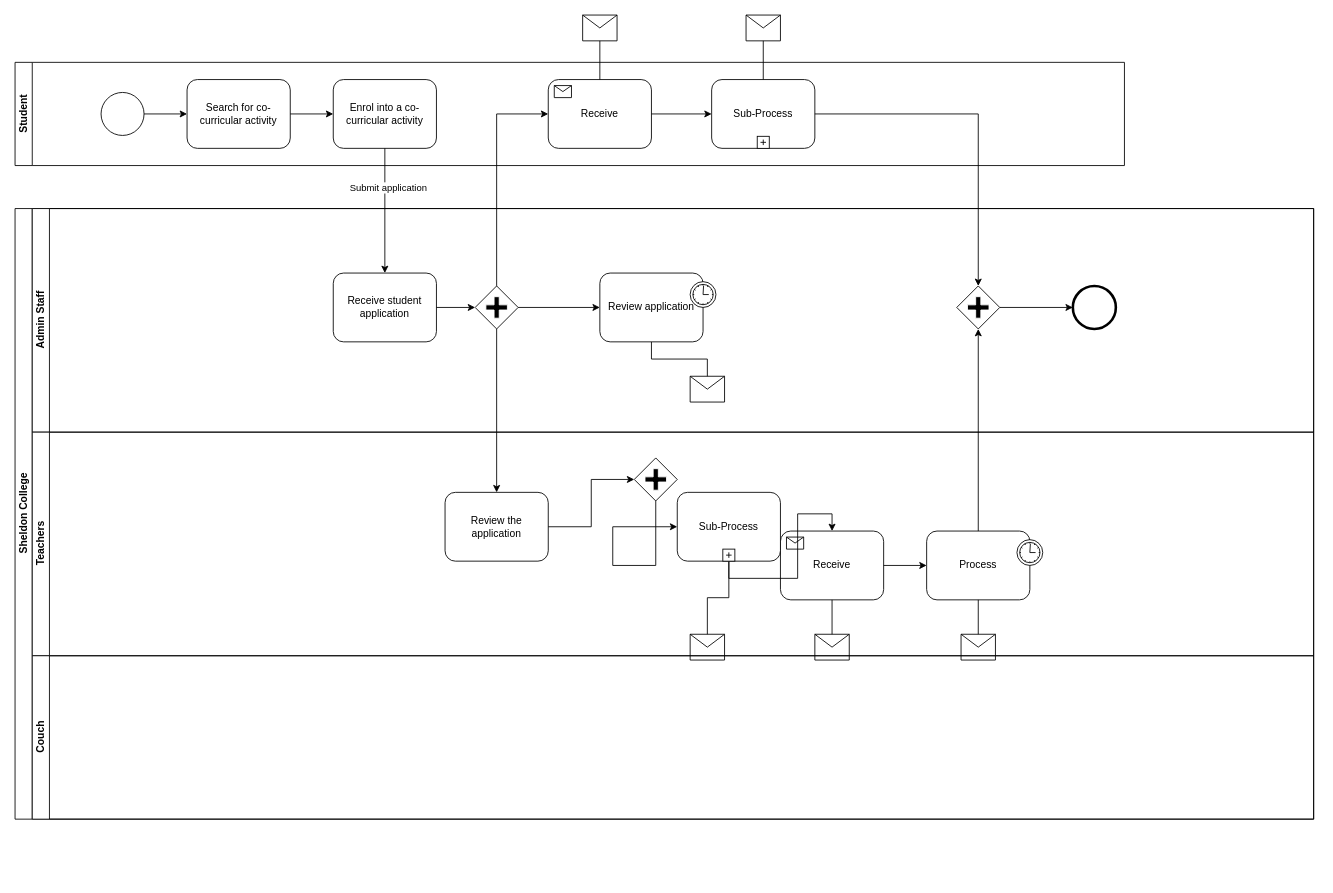
Earlier version of the draw.io diagram IS.drawio (lo0109/lo0109). Source tidied: cells renumbered, new cells numbered last; positions are measured from the earlier drawing's top-left corner, leaving out a move shared by most shapes. Both pictures are drawn from the tidied source at 86%, with x=0, y=0 at pixel (15, 15).
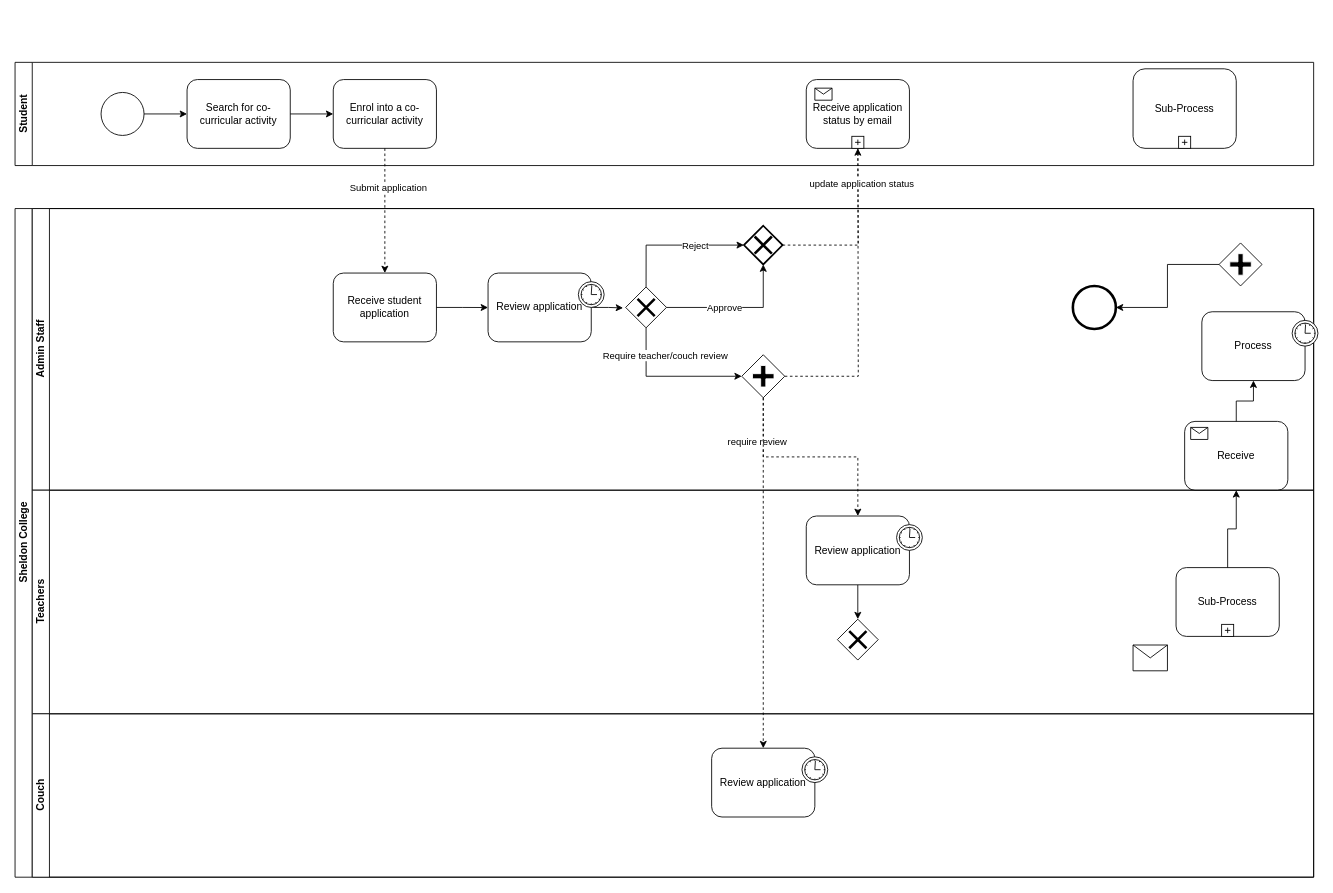
The same page after the edit.

The change refers to these unchanged cells:
```xml
<mxCell id="4" value="Enrol into a co-curricular activity" style="shape=ext;rounded=1;html=1;whiteSpace=wrap;" parent="1" vertex="1">
  <mxGeometry x="370" y="75" width="120" height="80" as="geometry" />
</mxCell>
<mxCell id="5" value="Receive student application" style="shape=ext;rounded=1;html=1;whiteSpace=wrap;" parent="1" vertex="1">
  <mxGeometry x="370" y="300" width="120" height="80" as="geometry" />
</mxCell>
```

Change to the diagram source:
```diff
@@
-    <mxCell id="6" style="edgeStyle=orthogonalEdgeStyle;rounded=0;jettySize=auto;html=1;entryX=0;entryY=0.5;entryDx=0;entryDy=0;" parent="1" edge="1" source="7" target="45">
-      <mxGeometry relative="1" as="geometry" />
-    </mxCell>
-    <mxCell id="7" style="shape=mxgraph.bpmn.shape;html=1;verticalLabelPosition=bottom;labelBackgroundColor=#ffffff;verticalAlign=top;perimeter=rhombusPerimeter;background=gateway;outline=none;symbol=parallelGw;" parent="1" vertex="1">
-      <mxGeometry x="535" y="315" width="50" height="50" as="geometry" />
-    </mxCell>
-    <mxCell id="8" value="Sub-Process" style="html=1;whiteSpace=wrap;rounded=1;" parent="1" vertex="1">
-      <mxGeometry x="810" y="75" width="120" height="80" as="geometry" />
-    </mxCell>
-    <mxCell id="9" style="html=1;shape=plus;" parent="8" vertex="1">
-      <mxGeometry x="0.5" y="1" width="14" height="14" relative="1" as="geometry">
-        <mxPoint x="-7" y="-14" as="offset" />
-      </mxGeometry>
-    </mxCell>
-    <mxCell id="10" value="Receive" style="html=1;whiteSpace=wrap;rounded=1;" parent="1" vertex="1">
-      <mxGeometry x="620" y="75" width="120" height="80" as="geometry" />
-    </mxCell>
-    <mxCell id="11" style="html=1;shape=message;" parent="10" vertex="1">
-      <mxGeometry width="20" height="14" relative="1" as="geometry">
-        <mxPoint x="7" y="7" as="offset" />
-      </mxGeometry>
-    </mxCell>
-    <mxCell id="12" value="Process" style="html=1;whiteSpace=wrap;rounded=1;" parent="1" vertex="1">
-      <mxGeometry x="1060" y="600" width="120" height="80" as="geometry" />
-    </mxCell>
-    <mxCell id="13" style="shape=mxgraph.bpmn.timer_start;perimeter=ellipsePerimeter;html=1;labelPosition=right;labelBackgroundColor=#ffffff;align=left;" parent="12" vertex="1">
-      <mxGeometry x="1" width="30" height="30" relative="1" as="geometry">
-        <mxPoint x="-15" y="10" as="offset" />
-      </mxGeometry>
-    </mxCell>
-    <mxCell id="14" value="Receive" style="html=1;whiteSpace=wrap;rounded=1;" parent="1" vertex="1">
-      <mxGeometry x="890" y="600" width="120" height="80" as="geometry" />
-    </mxCell>
-    <mxCell id="15" style="html=1;shape=message;" parent="14" vertex="1">
-      <mxGeometry width="20" height="14" relative="1" as="geometry">
-        <mxPoint x="7" y="7" as="offset" />
-      </mxGeometry>
-    </mxCell>
-    <mxCell id="16" style="shape=mxgraph.bpmn.shape;html=1;verticalLabelPosition=bottom;labelBackgroundColor=#ffffff;verticalAlign=top;perimeter=rhombusPerimeter;background=gateway;outline=none;symbol=parallelGw;" parent="1" vertex="1">
-      <mxGeometry x="1095" y="315" width="50" height="50" as="geometry" />
-    </mxCell>
@@
-    <mxCell id="18" style="shape=message;whiteSpace=wrap;html=1;" parent="1" vertex="1">
-      <mxGeometry x="660" width="40" height="30" as="geometry" />
-    </mxCell>
-    <mxCell id="19" style="shape=message;whiteSpace=wrap;html=1;" parent="1" vertex="1">
-      <mxGeometry x="850" width="40" height="30" as="geometry" />
-    </mxCell>
-    <mxCell id="20" style="shape=message;whiteSpace=wrap;html=1;" parent="1" vertex="1">
-      <mxGeometry x="930" y="720" width="40" height="30" as="geometry" />
-    </mxCell>
-    <mxCell id="21" style="shape=message;whiteSpace=wrap;html=1;" parent="1" vertex="1">
-      <mxGeometry x="1100" y="720" width="40" height="30" as="geometry" />
-    </mxCell>
-    <mxCell id="22" style="shape=message;whiteSpace=wrap;html=1;" parent="1" vertex="1">
-      <mxGeometry x="785" y="720" width="40" height="30" as="geometry" />
-    </mxCell>
-    <mxCell id="23" style="shape=message;whiteSpace=wrap;html=1;" parent="1" vertex="1">
-      <mxGeometry x="785" y="420" width="40" height="30" as="geometry" />
-    </mxCell>
@@
-    <mxCell id="26" style="edgeStyle=orthogonalEdgeStyle;rounded=0;html=1;jettySize=auto;" parent="1" edge="1" source="10" target="8">
-      <mxGeometry relative="1" as="geometry" />
-    </mxCell>
-    <mxCell id="27" style="edgeStyle=orthogonalEdgeStyle;rounded=0;html=1;jettySize=auto;endArrow=none;endFill=0;" parent="1" edge="1" source="18" target="10">
-      <mxGeometry relative="1" as="geometry" />
-    </mxCell>
-    <mxCell id="28" style="edgeStyle=orthogonalEdgeStyle;rounded=0;html=1;jettySize=auto;endArrow=none;endFill=0;" parent="1" edge="1" source="19" target="8">
-      <mxGeometry relative="1" as="geometry" />
-    </mxCell>
-    <mxCell id="29" style="edgeStyle=orthogonalEdgeStyle;rounded=0;html=1;jettySize=auto;" parent="1" edge="1" source="8" target="16">
-      <mxGeometry relative="1" as="geometry">
-        <Array as="points">
-          <mxPoint x="1120" y="115" />
-        </Array>
-      </mxGeometry>
-    </mxCell>
-    <mxCell id="30" style="edgeStyle=orthogonalEdgeStyle;rounded=0;html=1;jettySize=auto;" parent="1" edge="1" source="12" target="16">
-      <mxGeometry relative="1" as="geometry" />
-    </mxCell>
@@
-    <mxCell id="32" style="edgeStyle=orthogonalEdgeStyle;rounded=0;html=1;jettySize=auto;exitX=0.5;exitY=1;exitDx=0;exitDy=0;" parent="1" edge="1" source="4" target="5">
+    <mxCell id="32" style="edgeStyle=orthogonalEdgeStyle;rounded=0;html=1;jettySize=auto;exitX=0.5;exitY=1;exitDx=0;exitDy=0;dashed=1;" parent="1" edge="1" source="4" target="5">
       <mxGeometry relative="1" as="geometry" />
     </mxCell>
@@
-    <mxCell id="34" style="edgeStyle=orthogonalEdgeStyle;rounded=0;html=1;jettySize=auto;" parent="1" edge="1" source="5" target="7">
+    <mxCell id="34" style="edgeStyle=orthogonalEdgeStyle;rounded=0;html=1;jettySize=auto;entryX=0;entryY=0.501;entryDx=0;entryDy=0;entryPerimeter=0;" parent="1" edge="1" source="5" target="45">
       <mxGeometry relative="1" as="geometry" />
     </mxCell>
-    <mxCell id="35" style="edgeStyle=orthogonalEdgeStyle;rounded=0;html=1;jettySize=auto;" parent="1" edge="1" source="7" target="10">
-      <mxGeometry relative="1" as="geometry">
-        <Array as="points">
-          <mxPoint x="560" y="115" />
-        </Array>
-      </mxGeometry>
-    </mxCell>
-    <mxCell id="36" style="edgeStyle=orthogonalEdgeStyle;rounded=0;html=1;jettySize=auto;" parent="1" edge="1" source="7" target="48">
-      <mxGeometry relative="1" as="geometry" />
-    </mxCell>
-    <mxCell id="37" style="edgeStyle=orthogonalEdgeStyle;rounded=0;html=1;jettySize=auto;endArrow=none;endFill=0;" parent="1" edge="1" source="23" target="45">
-      <mxGeometry relative="1" as="geometry" />
-    </mxCell>
-    <mxCell id="38" style="edgeStyle=orthogonalEdgeStyle;rounded=0;html=1;jettySize=auto;" parent="1" edge="1" source="49" target="14">
-      <mxGeometry relative="1" as="geometry" />
-    </mxCell>
-    <mxCell id="39" style="edgeStyle=orthogonalEdgeStyle;rounded=0;html=1;jettySize=auto;endArrow=none;endFill=0;" parent="1" edge="1" source="22" target="49">
-      <mxGeometry relative="1" as="geometry" />
-    </mxCell>
-    <mxCell id="40" style="edgeStyle=orthogonalEdgeStyle;rounded=0;html=1;jettySize=auto;endArrow=none;endFill=0;" parent="1" edge="1" source="20" target="14">
-      <mxGeometry relative="1" as="geometry" />
-    </mxCell>
-    <mxCell id="41" style="edgeStyle=orthogonalEdgeStyle;rounded=0;html=1;jettySize=auto;endArrow=none;endFill=0;" parent="1" edge="1" source="21" target="12">
-      <mxGeometry relative="1" as="geometry" />
-    </mxCell>
-    <mxCell id="42" style="edgeStyle=orthogonalEdgeStyle;rounded=0;html=1;jettySize=auto;" parent="1" edge="1" source="14" target="12">
-      <mxGeometry relative="1" as="geometry" />
-    </mxCell>
     <mxCell id="43" value="Sheldon College" style="swimlane;horizontal=0;startSize=20;html=1;" parent="1" vertex="1">
-      <mxGeometry y="225" width="1510" height="710" as="geometry" />
+      <mxGeometry y="225" width="1510" height="777.5" as="geometry" />
     </mxCell>
     <mxCell id="44" value="Admin Staff" style="swimlane;startSize=20;horizontal=0;html=1;" parent="43" vertex="1">
-      <mxGeometry x="20" width="1490" height="260" as="geometry" />
+      <mxGeometry x="20" width="1490" height="327.5" as="geometry" />
     </mxCell>
+    <mxCell id="56" style="edgeStyle=orthogonalEdgeStyle;rounded=0;jettySize=auto;html=1;entryX=-0.063;entryY=0.513;entryDx=0;entryDy=0;entryPerimeter=0;" parent="44" edge="1" source="45" target="58">
+      <mxGeometry relative="1" as="geometry" />
+    </mxCell>
     <mxCell id="45" value="Review application" style="html=1;whiteSpace=wrap;rounded=1;" parent="44" vertex="1">
-      <mxGeometry x="660" y="75" width="120" height="80" as="geometry" />
+      <mxGeometry x="530" y="75" width="120" height="80" as="geometry" />
     </mxCell>
@@
+    <mxCell id="57" style="group;" parent="44" vertex="1">
+      <mxGeometry x="690" y="91.2" width="47.5" height="47.5" as="geometry" />
+    </mxCell>
+    <mxCell id="58" style="rhombus;whiteSpace=wrap;html=1;" parent="57" vertex="1">
+      <mxGeometry width="47.5" height="47.5" as="geometry" />
+    </mxCell>
+    <mxCell id="59" style="shape=umlDestroy;whiteSpace=wrap;html=1;strokeWidth=3;targetShapes=umlLifeline;" parent="57" vertex="1">
+      <mxGeometry x="13.8" y="13.8" width="20" height="20" as="geometry" />
+    </mxCell>
+    <mxCell id="60" style="edgeStyle=orthogonalEdgeStyle;rounded=0;jettySize=auto;html=1;entryX=0.5;entryY=1;entryDx=0;entryDy=0;entryPerimeter=0;" parent="44" edge="1" source="58" target="64">
+      <mxGeometry relative="1" as="geometry" />
+    </mxCell>
+    <mxCell id="61" value="Approve" style="edgeLabel;html=1;align=center;verticalAlign=middle;" parent="60" vertex="1">
+      <mxGeometry x="-0.17" relative="1" as="geometry" />
+    </mxCell>
+    <mxCell id="62" style="edgeStyle=orthogonalEdgeStyle;rounded=0;jettySize=auto;html=1;entryX=0;entryY=0.5;entryDx=0;entryDy=0;entryPerimeter=0;exitX=0.5;exitY=0;exitDx=0;exitDy=0;" parent="44" edge="1" source="58" target="64">
+      <mxGeometry relative="1" as="geometry" />
+    </mxCell>
+    <mxCell id="63" value="Reject" style="edgeLabel;html=1;align=center;verticalAlign=middle;" parent="62" vertex="1">
+      <mxGeometry x="0.04" relative="1" as="geometry">
+        <mxPoint x="21" as="offset" />
+      </mxGeometry>
+    </mxCell>
+    <mxCell id="64" style="strokeWidth=2;html=1;shape=mxgraph.flowchart.decision;whiteSpace=wrap;" parent="44" vertex="1">
+      <mxGeometry x="827.5" y="20" width="45" height="45" as="geometry" />
+    </mxCell>
+    <mxCell id="65" style="shape=umlDestroy;whiteSpace=wrap;html=1;strokeWidth=3;targetShapes=umlLifeline;" parent="44" vertex="1">
+      <mxGeometry x="840" y="32.5" width="20" height="20" as="geometry" />
+    </mxCell>
+    <mxCell id="66" style="edgeStyle=orthogonalEdgeStyle;rounded=0;jettySize=auto;html=1;dashed=1;" parent="44" edge="1" source="67">
+      <mxGeometry relative="1" as="geometry">
+        <mxPoint x="960" y="-80" as="targetPoint" />
+      </mxGeometry>
+    </mxCell>
+    <mxCell id="67" style="shape=mxgraph.bpmn.shape;html=1;verticalLabelPosition=bottom;labelBackgroundColor=#ffffff;verticalAlign=top;perimeter=rhombusPerimeter;background=gateway;outline=none;symbol=parallelGw;" parent="44" vertex="1">
+      <mxGeometry x="825" y="170" width="50" height="50" as="geometry" />
+    </mxCell>
+    <mxCell id="12" value="Process" style="html=1;whiteSpace=wrap;rounded=1;" parent="44" vertex="1">
+      <mxGeometry x="1360" y="120" width="120" height="80" as="geometry" />
+    </mxCell>
+    <mxCell id="13" style="shape=mxgraph.bpmn.timer_start;perimeter=ellipsePerimeter;html=1;labelPosition=right;labelBackgroundColor=#ffffff;align=left;" parent="12" vertex="1">
+      <mxGeometry x="1" width="30" height="30" relative="1" as="geometry">
+        <mxPoint x="-15" y="10" as="offset" />
+      </mxGeometry>
+    </mxCell>
+    <mxCell id="68" style="edgeStyle=orthogonalEdgeStyle;rounded=0;jettySize=auto;html=1;entryX=0;entryY=0.5;entryDx=0;entryDy=0;exitX=0.5;exitY=1;exitDx=0;exitDy=0;" parent="44" edge="1" source="58" target="67">
+      <mxGeometry relative="1" as="geometry" />
+    </mxCell>
+    <mxCell id="69" value="Require teacher/couch review" style="edgeLabel;html=1;align=center;verticalAlign=middle;" parent="68" vertex="1">
+      <mxGeometry x="-0.06" y="1" relative="1" as="geometry">
+        <mxPoint x="-1" y="-24" as="offset" />
+      </mxGeometry>
+    </mxCell>
+    <mxCell id="16" style="shape=mxgraph.bpmn.shape;html=1;verticalLabelPosition=bottom;labelBackgroundColor=#ffffff;verticalAlign=top;perimeter=rhombusPerimeter;background=gateway;outline=none;symbol=parallelGw;" parent="44" vertex="1">
+      <mxGeometry x="1380" y="40" width="50" height="50" as="geometry" />
+    </mxCell>
+    <mxCell id="14" value="Receive" style="html=1;whiteSpace=wrap;rounded=1;" parent="44" vertex="1">
+      <mxGeometry x="1340" y="247.5" width="120" height="80" as="geometry" />
+    </mxCell>
+    <mxCell id="15" style="html=1;shape=message;" parent="14" vertex="1">
+      <mxGeometry width="20" height="14" relative="1" as="geometry">
+        <mxPoint x="7" y="7" as="offset" />
+      </mxGeometry>
+    </mxCell>
+    <mxCell id="42" style="edgeStyle=orthogonalEdgeStyle;rounded=0;html=1;jettySize=auto;" parent="44" edge="1" source="14" target="12">
+      <mxGeometry relative="1" as="geometry" />
+    </mxCell>
     <mxCell id="47" value="Teachers" style="swimlane;startSize=20;horizontal=0;html=1;" parent="43" vertex="1">
-      <mxGeometry x="20" y="260" width="1490" height="260" as="geometry" />
+      <mxGeometry x="20" y="327.5" width="1490" height="260" as="geometry" />
     </mxCell>
-    <mxCell id="48" value="Review the application" style="html=1;whiteSpace=wrap;rounded=1;" parent="47" vertex="1">
-      <mxGeometry x="480" y="70" width="120" height="80" as="geometry" />
-    </mxCell>
     <mxCell id="49" value="Sub-Process" style="html=1;whiteSpace=wrap;rounded=1;" parent="47" vertex="1">
-      <mxGeometry x="750" y="70" width="120" height="80" as="geometry" />
+      <mxGeometry x="1330" y="90" width="120" height="80" as="geometry" />
     </mxCell>
@@
-    <mxCell id="51" style="shape=mxgraph.bpmn.shape;html=1;verticalLabelPosition=bottom;labelBackgroundColor=#ffffff;verticalAlign=top;perimeter=rhombusPerimeter;background=gateway;outline=none;symbol=parallelGw;" parent="47" vertex="1">
-      <mxGeometry x="700" y="30" width="50" height="50" as="geometry" />
-    </mxCell>
-    <mxCell id="52" style="edgeStyle=orthogonalEdgeStyle;rounded=0;html=1;jettySize=auto;" parent="47" edge="1" source="51" target="49">
-      <mxGeometry relative="1" as="geometry">
-        <Array as="points">
-          <mxPoint x="675" y="155" />
-        </Array>
-      </mxGeometry>
-    </mxCell>
-    <mxCell id="53" style="edgeStyle=orthogonalEdgeStyle;rounded=0;html=1;jettySize=auto;" parent="47" edge="1" source="48" target="51">
-      <mxGeometry relative="1" as="geometry" />
-    </mxCell>
+    <mxCell id="70" style="edgeStyle=orthogonalEdgeStyle;rounded=0;jettySize=auto;html=1;entryX=0.5;entryY=0;entryDx=0;entryDy=0;" parent="47" edge="1" source="71" target="74">
+      <mxGeometry relative="1" as="geometry" />
+    </mxCell>
+    <mxCell id="71" value="Review application" style="html=1;whiteSpace=wrap;rounded=1;" parent="47" vertex="1">
+      <mxGeometry x="900" y="30" width="120" height="80" as="geometry" />
+    </mxCell>
+    <mxCell id="72" style="shape=mxgraph.bpmn.timer_start;perimeter=ellipsePerimeter;html=1;labelPosition=right;labelBackgroundColor=#ffffff;align=left;" parent="71" vertex="1">
+      <mxGeometry x="1" width="30" height="30" relative="1" as="geometry">
+        <mxPoint x="-15" y="10" as="offset" />
+      </mxGeometry>
+    </mxCell>
+    <mxCell id="22" style="shape=message;whiteSpace=wrap;html=1;" parent="47" vertex="1">
+      <mxGeometry x="1280" y="180" width="40" height="30" as="geometry" />
+    </mxCell>
+    <mxCell id="73" style="group;" parent="47" vertex="1">
+      <mxGeometry x="936.2" y="150" width="47.5" height="47.5" as="geometry" />
+    </mxCell>
+    <mxCell id="74" style="rhombus;whiteSpace=wrap;html=1;" parent="73" vertex="1">
+      <mxGeometry width="47.5" height="47.5" as="geometry" />
+    </mxCell>
+    <mxCell id="75" style="shape=umlDestroy;whiteSpace=wrap;html=1;strokeWidth=3;targetShapes=umlLifeline;" parent="73" vertex="1">
+      <mxGeometry x="13.8" y="13.8" width="20" height="20" as="geometry" />
+    </mxCell>
     <mxCell id="54" value="Couch" style="swimlane;startSize=20;horizontal=0;html=1;" parent="43" vertex="1">
-      <mxGeometry x="20" y="520" width="1490" height="190" as="geometry" />
+      <mxGeometry x="20" y="587.5" width="1490" height="190" as="geometry" />
     </mxCell>
+    <mxCell id="76" value="Review application" style="html=1;whiteSpace=wrap;rounded=1;" parent="54" vertex="1">
+      <mxGeometry x="790" y="40" width="120" height="80" as="geometry" />
+    </mxCell>
+    <mxCell id="77" style="shape=mxgraph.bpmn.timer_start;perimeter=ellipsePerimeter;html=1;labelPosition=right;labelBackgroundColor=#ffffff;align=left;" parent="76" vertex="1">
+      <mxGeometry x="1" width="30" height="30" relative="1" as="geometry">
+        <mxPoint x="-15" y="10" as="offset" />
+      </mxGeometry>
+    </mxCell>
+    <mxCell id="78" style="edgeStyle=orthogonalEdgeStyle;rounded=0;jettySize=auto;html=1;entryX=0.5;entryY=0;entryDx=0;entryDy=0;dashed=1;exitX=0.5;exitY=1;exitDx=0;exitDy=0;" parent="43" edge="1" source="67" target="71">
+      <mxGeometry relative="1" as="geometry" />
+    </mxCell>
+    <mxCell id="79" value="require review" style="edgeLabel;html=1;align=center;verticalAlign=middle;" parent="78" vertex="1">
+      <mxGeometry x="-0.33" y="1" relative="1" as="geometry">
+        <mxPoint x="-22" y="-16" as="offset" />
+      </mxGeometry>
+    </mxCell>
+    <mxCell id="80" style="edgeStyle=orthogonalEdgeStyle;rounded=0;jettySize=auto;html=1;entryX=0.5;entryY=0;entryDx=0;entryDy=0;dashed=1;" parent="43" edge="1" source="67" target="76">
+      <mxGeometry relative="1" as="geometry" />
+    </mxCell>
+    <mxCell id="38" style="edgeStyle=orthogonalEdgeStyle;rounded=0;html=1;jettySize=auto;" parent="43" edge="1" source="49" target="14">
+      <mxGeometry relative="1" as="geometry" />
+    </mxCell>
     <mxCell id="55" value="Student" style="swimlane;startSize=20;horizontal=0;html=1;whiteSpace=wrap;" parent="1" vertex="1">
-      <mxGeometry y="55" width="1290" height="120" as="geometry" />
+      <mxGeometry y="55" width="1510" height="120" as="geometry" />
     </mxCell>
+    <mxCell id="8" value="Sub-Process" style="html=1;whiteSpace=wrap;rounded=1;" parent="55" vertex="1">
+      <mxGeometry x="1300" y="7.5" width="120" height="92.5" as="geometry" />
+    </mxCell>
+    <mxCell id="9" style="html=1;shape=plus;" parent="8" vertex="1">
+      <mxGeometry x="0.5" y="1" width="14" height="14" relative="1" as="geometry">
+        <mxPoint x="-7" y="-14" as="offset" />
+      </mxGeometry>
+    </mxCell>
+    <mxCell id="81" value="Receive application status by email" style="html=1;whiteSpace=wrap;rounded=1;" parent="55" vertex="1">
+      <mxGeometry x="920" y="20" width="120" height="80" as="geometry" />
+    </mxCell>
+    <mxCell id="82" style="html=1;shape=plus;" parent="81" vertex="1">
+      <mxGeometry x="0.5" y="1" width="14" height="14" relative="1" as="geometry">
+        <mxPoint x="-7" y="-14" as="offset" />
+      </mxGeometry>
+    </mxCell>
+    <mxCell id="83" style="html=1;shape=message;" parent="81" vertex="1">
+      <mxGeometry x="10" y="10" width="20" height="14" as="geometry" />
+    </mxCell>
+    <mxCell id="84" style="edgeStyle=orthogonalEdgeStyle;rounded=0;jettySize=auto;html=1;dashed=1;" parent="1" edge="1" source="64">
+      <mxGeometry relative="1" as="geometry">
+        <mxPoint x="980" y="155" as="targetPoint" />
+      </mxGeometry>
+    </mxCell>
+    <mxCell id="85" value="&amp;nbsp;update application status" style="edgeLabel;html=1;align=center;verticalAlign=middle;" parent="84" vertex="1">
+      <mxGeometry x="0.6" y="-2" relative="1" as="geometry" />
+    </mxCell>
```
